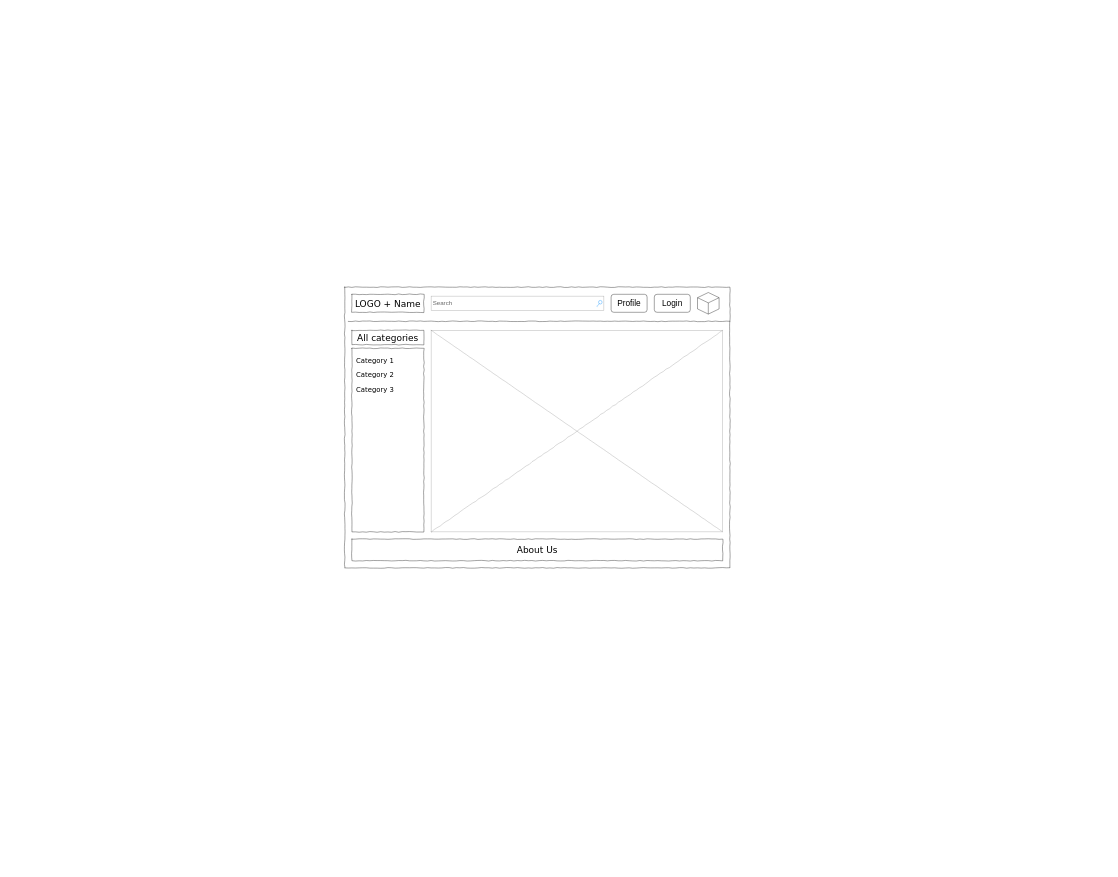
Gromov-Roman/diagrams keeps this draw.io diagram as homeware_hub.drawio. Above is the earlier version. Source tidied: cells renumbered, new cells numbered last; positions are measured from the earlier drawing's top-left corner, leaving out a move shared by most shapes. Both pictures are drawn from the tidied source at 36%, with x=0, y=0 at pixel (345, 287).
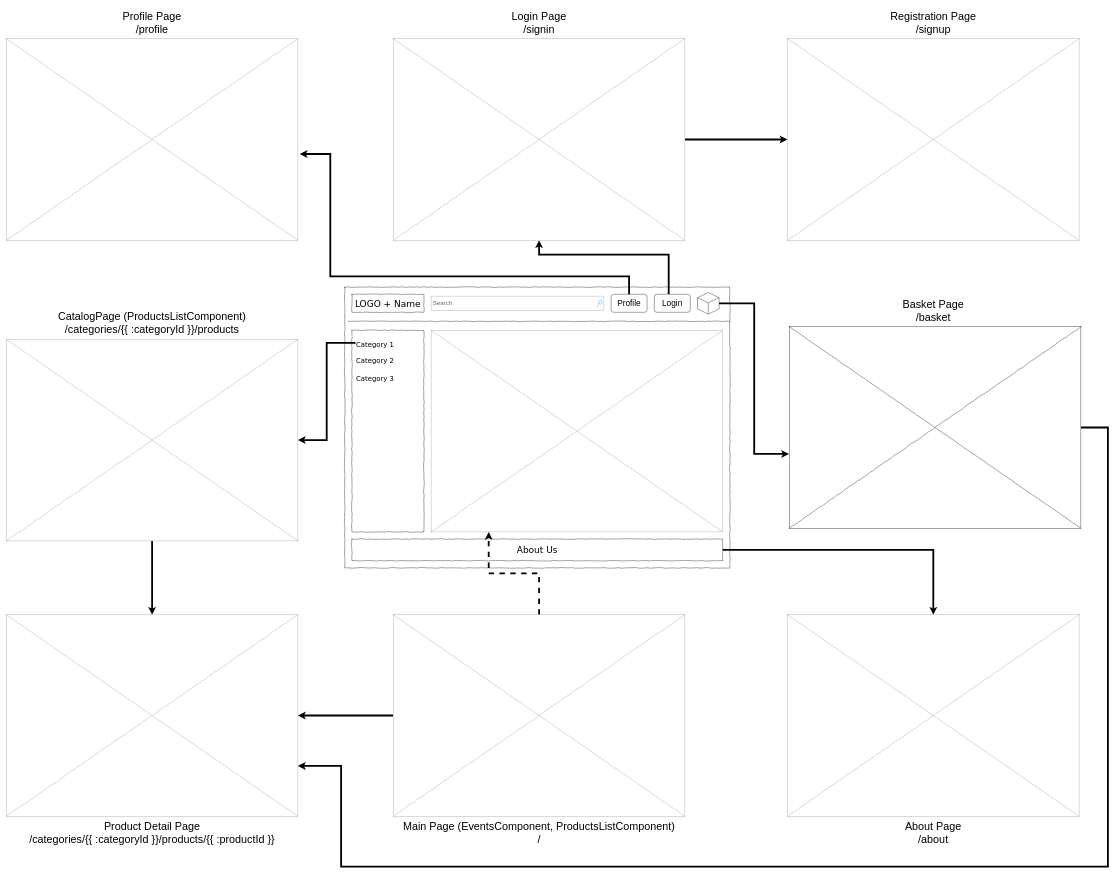
After the change.

The change refers to these unchanged cells:
```xml
<mxCell id="7" value="&lt;div style=&quot;text-align: justify; font-size: 25px;&quot;&gt;About Us&lt;/div&gt;" style="whiteSpace=wrap;html=1;rounded=0;shadow=0;labelBackgroundColor=none;strokeWidth=1;fillColor=none;fontFamily=Verdana;fontSize=12;align=center;verticalAlign=top;spacing=10;comic=1;" parent="1" vertex="1">
  <mxGeometry x="20" y="700" width="1030" height="60" as="geometry" />
</mxCell>
<mxCell id="8" style="verticalLabelPosition=bottom;shadow=0;dashed=0;align=center;html=1;verticalAlign=top;strokeWidth=1;shape=mxgraph.mockup.graphics.simpleIcon;strokeColor=#999999;rounded=0;labelBackgroundColor=none;fontFamily=Verdana;fontSize=14;fontColor=#000000;comic=1;" parent="1" vertex="1">
  <mxGeometry x="240" y="120" width="810" height="560" as="geometry" />
</mxCell>
<mxCell id="11" value="&lt;font style=&quot;font-size: 23px;&quot;&gt;Profile&lt;/font&gt;" style="rounded=1;whiteSpace=wrap;html=1;" parent="1" vertex="1">
  <mxGeometry x="740" y="20" width="100" height="50" as="geometry" />
</mxCell>
<mxCell id="12" value="&lt;span style=&quot;font-size: 23px;&quot;&gt;Login&lt;/span&gt;" style="rounded=1;whiteSpace=wrap;html=1;" parent="1" vertex="1">
  <mxGeometry x="860" y="20" width="100" height="50" as="geometry" />
</mxCell>
<mxCell id="13" style="html=1;whiteSpace=wrap;shape=isoCube2;backgroundOutline=1;isoAngle=15;" parent="1" vertex="1">
  <mxGeometry x="980" y="15" width="60" height="60" as="geometry" />
</mxCell>
```

The edit, as a diff of the source:
```diff
@@
     <mxCell id="5" style="whiteSpace=wrap;html=1;rounded=0;shadow=0;labelBackgroundColor=none;strokeWidth=1;fillColor=none;fontFamily=Verdana;fontSize=12;align=center;comic=1;" parent="1" vertex="1">
-      <mxGeometry x="20" y="170" width="200" height="510" as="geometry" />
+      <mxGeometry x="20" y="120" width="200" height="560" as="geometry" />
     </mxCell>
@@
+    <mxCell id="16" style="edgeStyle=orthogonalEdgeStyle;rounded=0;jettySize=auto;html=1;strokeWidth=5;" parent="1" edge="1" source="7" target="23">
+      <mxGeometry relative="1" as="geometry" />
+    </mxCell>
@@
+    <mxCell id="17" style="edgeStyle=orthogonalEdgeStyle;rounded=0;jettySize=auto;html=1;strokeWidth=5;" parent="1" edge="1" source="9" target="28">
+      <mxGeometry relative="1" as="geometry" />
+    </mxCell>
     <mxCell id="9" value="&lt;font style=&quot;font-size: 19px;&quot;&gt;Category 1&lt;/font&gt;" style="text;html=1;points=[];align=left;verticalAlign=top;spacingTop=-4;fontSize=14;fontFamily=Verdana;strokeWidth=1;" parent="1" vertex="1">
-      <mxGeometry x="30" y="190" width="170" height="20" as="geometry" />
+      <mxGeometry x="30" y="145" width="170" height="20" as="geometry" />
     </mxCell>
-    <mxCell id="10" value="&lt;font style=&quot;font-size: 25px;&quot;&gt;All categories&lt;/font&gt;" style="whiteSpace=wrap;html=1;rounded=0;shadow=0;labelBackgroundColor=none;strokeWidth=1;fontFamily=Verdana;fontSize=28;align=center;comic=1;" parent="1" vertex="1">
-      <mxGeometry x="20" y="120" width="200" height="40" as="geometry" />
-    </mxCell>
@@
+    <mxCell id="18" style="edgeStyle=orthogonalEdgeStyle;rounded=0;jettySize=auto;html=1;strokeWidth=5;" parent="1" edge="1" source="12" target="21">
+      <mxGeometry relative="1" as="geometry">
+        <Array as="points">
+          <mxPoint x="900" y="-90" />
+          <mxPoint x="540" y="-90" />
+        </Array>
+      </mxGeometry>
+    </mxCell>
@@
     <mxCell id="14" value="&lt;font style=&quot;font-size: 19px;&quot;&gt;Category 2&lt;/font&gt;" style="text;html=1;align=left;verticalAlign=top;spacingTop=-4;fontSize=14;fontFamily=Verdana;strokeWidth=1;" parent="1" vertex="1">
-      <mxGeometry x="30" y="230" width="170" height="20" as="geometry" />
+      <mxGeometry x="30" y="190" width="170" height="20" as="geometry" />
     </mxCell>
     <mxCell id="15" value="&lt;font style=&quot;font-size: 19px;&quot;&gt;Category 3&lt;/font&gt;" style="text;html=1;align=left;verticalAlign=top;spacingTop=-4;fontSize=14;fontFamily=Verdana;strokeWidth=1;" parent="1" vertex="1">
-      <mxGeometry x="30" y="270" width="170" height="20" as="geometry" />
+      <mxGeometry x="30" y="240" width="170" height="20" as="geometry" />
     </mxCell>
+    <mxCell id="19" style="verticalLabelPosition=bottom;shadow=0;dashed=0;align=center;html=1;verticalAlign=top;strokeWidth=1;shape=mxgraph.mockup.graphics.simpleIcon;strokeColor=#999999;rounded=0;labelBackgroundColor=none;fontFamily=Verdana;fontSize=14;fontColor=#000000;comic=1;" parent="1" vertex="1">
+      <mxGeometry x="-940" y="-690" width="810" height="560" as="geometry" />
+    </mxCell>
+    <mxCell id="20" style="edgeStyle=orthogonalEdgeStyle;rounded=0;jettySize=auto;html=1;strokeWidth=5;" parent="1" edge="1" source="21" target="22">
+      <mxGeometry relative="1" as="geometry" />
+    </mxCell>
+    <mxCell id="21" style="verticalLabelPosition=bottom;shadow=0;dashed=0;align=center;html=1;verticalAlign=top;strokeWidth=1;shape=mxgraph.mockup.graphics.simpleIcon;strokeColor=#999999;rounded=0;labelBackgroundColor=none;fontFamily=Verdana;fontSize=14;fontColor=#000000;comic=1;" parent="1" vertex="1">
+      <mxGeometry x="135" y="-690" width="810" height="560" as="geometry" />
+    </mxCell>
+    <mxCell id="22" style="verticalLabelPosition=bottom;shadow=0;dashed=0;align=center;html=1;verticalAlign=top;strokeWidth=1;shape=mxgraph.mockup.graphics.simpleIcon;strokeColor=#999999;rounded=0;labelBackgroundColor=none;fontFamily=Verdana;fontSize=14;fontColor=#000000;comic=1;" parent="1" vertex="1">
+      <mxGeometry x="1230" y="-690" width="810" height="560" as="geometry" />
+    </mxCell>
+    <mxCell id="23" style="verticalLabelPosition=bottom;shadow=0;dashed=0;align=center;html=1;verticalAlign=top;strokeWidth=1;shape=mxgraph.mockup.graphics.simpleIcon;strokeColor=#999999;rounded=0;labelBackgroundColor=none;fontFamily=Verdana;fontSize=14;fontColor=#000000;comic=1;" parent="1" vertex="1">
+      <mxGeometry x="1230" y="910" width="810" height="560" as="geometry" />
+    </mxCell>
+    <mxCell id="24" style="edgeStyle=orthogonalEdgeStyle;rounded=0;jettySize=auto;html=1;strokeWidth=5;dashed=1;" parent="1" edge="1" source="26" target="8">
+      <mxGeometry relative="1" as="geometry">
+        <Array as="points">
+          <mxPoint x="540" y="795" />
+          <mxPoint x="400" y="795" />
+        </Array>
+      </mxGeometry>
+    </mxCell>
+    <mxCell id="25" style="edgeStyle=orthogonalEdgeStyle;rounded=0;jettySize=auto;html=1;fontSize=11;strokeWidth=5;" parent="1" edge="1" source="26" target="29">
+      <mxGeometry relative="1" as="geometry" />
+    </mxCell>
+    <mxCell id="26" style="verticalLabelPosition=bottom;shadow=0;dashed=0;align=center;html=1;verticalAlign=top;strokeWidth=1;shape=mxgraph.mockup.graphics.simpleIcon;strokeColor=#999999;rounded=0;labelBackgroundColor=none;fontFamily=Verdana;fontSize=14;fontColor=#000000;comic=1;" parent="1" vertex="1">
+      <mxGeometry x="135" y="910" width="810" height="560" as="geometry" />
+    </mxCell>
+    <mxCell id="27" style="edgeStyle=orthogonalEdgeStyle;rounded=0;jettySize=auto;html=1;strokeWidth=5;" parent="1" edge="1" source="28" target="29">
+      <mxGeometry relative="1" as="geometry" />
+    </mxCell>
+    <mxCell id="28" style="verticalLabelPosition=bottom;shadow=0;dashed=0;align=center;html=1;verticalAlign=top;strokeWidth=1;shape=mxgraph.mockup.graphics.simpleIcon;strokeColor=#999999;rounded=0;labelBackgroundColor=none;fontFamily=Verdana;fontSize=14;fontColor=#000000;comic=1;" parent="1" vertex="1">
+      <mxGeometry x="-940" y="145" width="810" height="560" as="geometry" />
+    </mxCell>
+    <mxCell id="29" style="verticalLabelPosition=bottom;shadow=0;dashed=0;align=center;html=1;verticalAlign=top;strokeWidth=1;shape=mxgraph.mockup.graphics.simpleIcon;strokeColor=#999999;rounded=0;labelBackgroundColor=none;fontFamily=Verdana;fontSize=14;fontColor=#000000;comic=1;" parent="1" vertex="1">
+      <mxGeometry x="-940" y="910" width="810" height="560" as="geometry" />
+    </mxCell>
+    <mxCell id="30" style="edgeStyle=orthogonalEdgeStyle;rounded=0;jettySize=auto;html=1;strokeWidth=5;" parent="1" edge="1" source="31" target="29">
+      <mxGeometry relative="1" as="geometry">
+        <Array as="points">
+          <mxPoint x="2120" y="390" />
+          <mxPoint x="2120" y="1610" />
+          <mxPoint x="-10" y="1610" />
+          <mxPoint x="-10" y="1330" />
+        </Array>
+      </mxGeometry>
+    </mxCell>
+    <mxCell id="31" style="verticalLabelPosition=top;shadow=0;dashed=0;align=center;html=1;verticalAlign=bottom;strokeWidth=1;shape=mxgraph.mockup.graphics.simpleIcon;rounded=0;labelBackgroundColor=#000000;fontFamily=Verdana;fontSize=20;comic=1;fillColor=default;labelPosition=center;labelBorderColor=none;fontColor=#FFFFFF;" parent="1" vertex="1">
+      <mxGeometry x="1235" y="110" width="810" height="560" as="geometry" />
+    </mxCell>
+    <mxCell id="32" style="edgeStyle=orthogonalEdgeStyle;rounded=0;jettySize=auto;html=1;entryX=-0.001;entryY=0.631;entryDx=0;entryDy=0;entryPerimeter=0;strokeWidth=5;" parent="1" edge="1" source="13" target="31">
+      <mxGeometry relative="1" as="geometry" />
+    </mxCell>
+    <mxCell id="33" style="edgeStyle=orthogonalEdgeStyle;rounded=0;jettySize=auto;html=1;entryX=1.006;entryY=0.572;entryDx=0;entryDy=0;entryPerimeter=0;strokeWidth=5;" parent="1" edge="1" source="11" target="19">
+      <mxGeometry relative="1" as="geometry">
+        <Array as="points">
+          <mxPoint x="790" y="-30" />
+          <mxPoint x="-40" y="-30" />
+          <mxPoint x="-40" y="-370" />
+        </Array>
+      </mxGeometry>
+    </mxCell>
+    <mxCell id="34" value="Basket Page&lt;div&gt;/basket&lt;/div&gt;" style="text;strokeColor=none;align=center;fillColor=none;html=1;verticalAlign=middle;whiteSpace=wrap;rounded=0;fontSize=30;labelBackgroundColor=none;labelBorderColor=none;" parent="1" vertex="1">
+      <mxGeometry x="1230" y="20" width="810" height="90" as="geometry" />
+    </mxCell>
+    <mxCell id="35" value="About Page&lt;div&gt;/about&lt;/div&gt;" style="text;strokeColor=none;align=center;fillColor=none;html=1;verticalAlign=middle;whiteSpace=wrap;rounded=0;fontSize=30;labelBackgroundColor=none;labelBorderColor=none;" parent="1" vertex="1">
+      <mxGeometry x="1230" y="1470" width="810" height="90" as="geometry" />
+    </mxCell>
+    <mxCell id="36" value="Login Page&lt;div&gt;/signin&lt;/div&gt;" style="text;strokeColor=none;align=center;fillColor=none;html=1;verticalAlign=middle;whiteSpace=wrap;rounded=0;fontSize=30;labelBackgroundColor=none;labelBorderColor=none;" parent="1" vertex="1">
+      <mxGeometry x="135" y="-780" width="810" height="90" as="geometry" />
+    </mxCell>
+    <mxCell id="37" value="Registration Page&lt;div&gt;/signup&lt;/div&gt;" style="text;strokeColor=none;align=center;fillColor=none;html=1;verticalAlign=middle;whiteSpace=wrap;rounded=0;fontSize=30;labelBackgroundColor=none;labelBorderColor=none;" parent="1" vertex="1">
+      <mxGeometry x="1230" y="-780" width="810" height="90" as="geometry" />
+    </mxCell>
+    <mxCell id="38" value="Profile Page&lt;div&gt;/profile&lt;/div&gt;" style="text;strokeColor=none;align=center;fillColor=none;html=1;verticalAlign=middle;whiteSpace=wrap;rounded=0;fontSize=30;labelBackgroundColor=none;labelBorderColor=none;" parent="1" vertex="1">
+      <mxGeometry x="-940" y="-780" width="810" height="90" as="geometry" />
+    </mxCell>
+    <mxCell id="39" value="CatalogPage (ProductsListComponent)&lt;div&gt;/categories/{{ :categoryId }}/products&lt;/div&gt;" style="text;strokeColor=none;align=center;fillColor=none;html=1;verticalAlign=middle;whiteSpace=wrap;rounded=0;fontSize=30;labelBackgroundColor=none;labelBorderColor=none;" parent="1" vertex="1">
+      <mxGeometry x="-940" y="55" width="810" height="90" as="geometry" />
+    </mxCell>
+    <mxCell id="40" value="Product Detail Page&lt;div&gt;/categories/{{ :categoryId }}/products/{{ :productId }}&lt;/div&gt;" style="text;strokeColor=none;align=center;fillColor=none;html=1;verticalAlign=middle;whiteSpace=wrap;rounded=0;fontSize=30;labelBackgroundColor=none;labelBorderColor=none;" parent="1" vertex="1">
+      <mxGeometry x="-940" y="1470" width="810" height="90" as="geometry" />
+    </mxCell>
+    <mxCell id="41" value="Main Page (EventsComponent, ProductsListComponent)&lt;div&gt;/&lt;/div&gt;" style="text;strokeColor=none;align=center;fillColor=none;html=1;verticalAlign=middle;whiteSpace=wrap;rounded=0;fontSize=30;labelBackgroundColor=none;labelBorderColor=none;" parent="1" vertex="1">
+      <mxGeometry x="135" y="1470" width="810" height="90" as="geometry" />
+    </mxCell>
```
